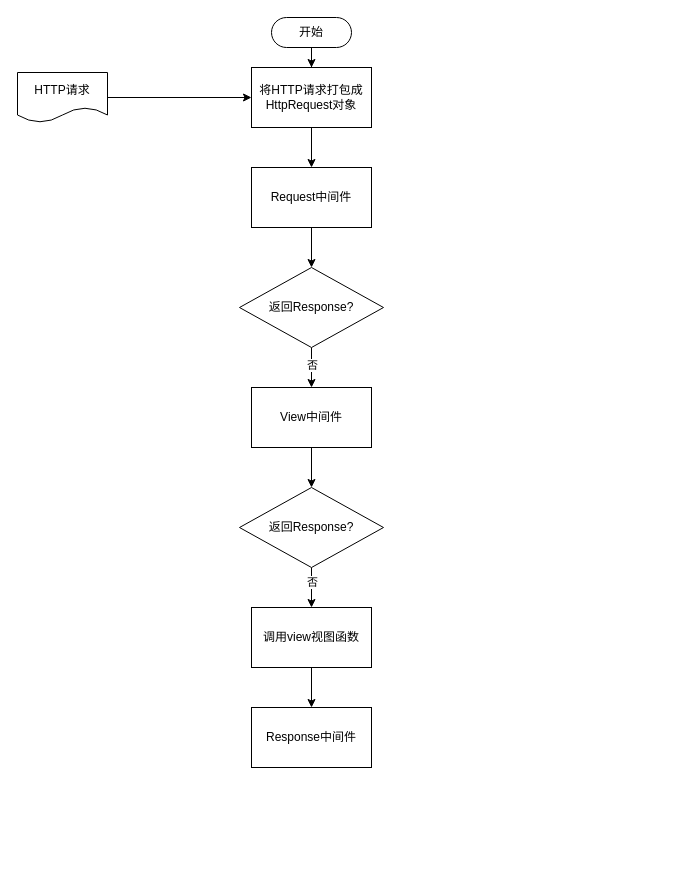
Earlier version of the draw.io diagram page "第 2 页" (2 of 2) of 未命名绘图.drawio (Buzz2G/Diagrams). Source tidied: cells renumbered, new cells numbered last; positions are measured from the earlier drawing's top-left corner, leaving out a move shared by most shapes. Both pictures are drawn from the tidied source at 100%, with x=0, y=0 at pixel (17, 17).
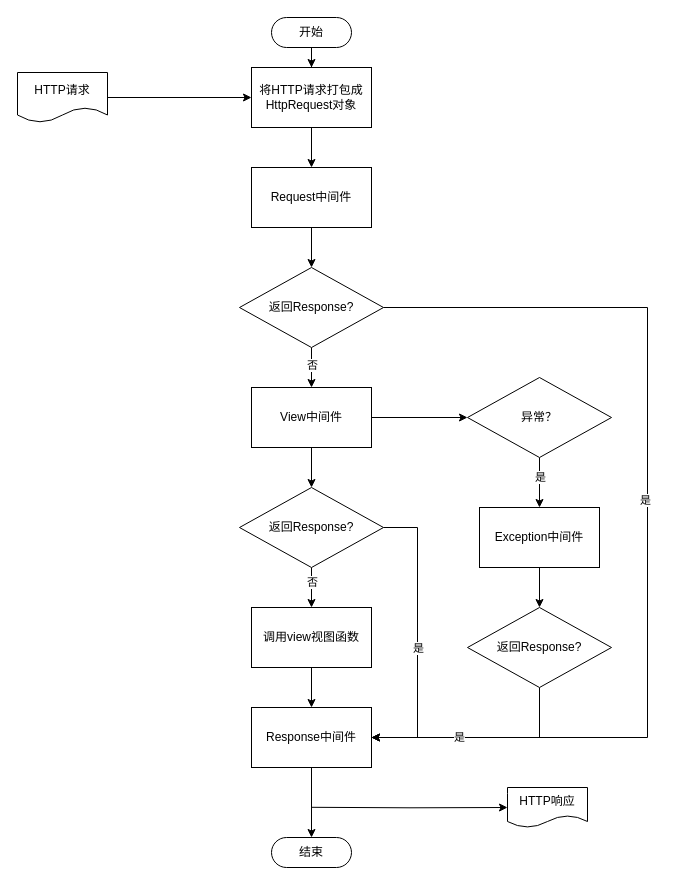
Above is the later version.

Commit message:
更新未命名绘图.drawio

The change refers to these unchanged cells:
```xml
<mxCell id="12" value="返回Response?" style="rhombus;whiteSpace=wrap;html=1;" parent="1" vertex="1">
  <mxGeometry x="222" y="250" width="144" height="80" as="geometry" />
</mxCell>
<mxCell id="14" value="View中间件" style="whiteSpace=wrap;html=1;" parent="1" vertex="1">
  <mxGeometry x="234" y="370" width="120" height="60" as="geometry" />
</mxCell>
<mxCell id="17" value="返回Response?" style="rhombus;whiteSpace=wrap;html=1;" parent="1" vertex="1">
  <mxGeometry x="222" y="470" width="144" height="80" as="geometry" />
</mxCell>
<mxCell id="20" value="Response中间件" style="whiteSpace=wrap;html=1;" parent="1" vertex="1">
  <mxGeometry x="234" y="690" width="120" height="60" as="geometry" />
</mxCell>
```

Change to the diagram source:
```diff
@@
+    <mxCell id="21" style="edgeStyle=orthogonalEdgeStyle;rounded=0;jettySize=auto;html=1;entryX=1;entryY=0.5;entryDx=0;entryDy=0;exitX=1;exitY=0.5;exitDx=0;exitDy=0;" parent="1" edge="1" source="12" target="20">
+      <mxGeometry relative="1" as="geometry">
+        <Array as="points">
+          <mxPoint x="630" y="290" />
+          <mxPoint x="630" y="720" />
+        </Array>
+      </mxGeometry>
+    </mxCell>
+    <mxCell id="22" value="是" style="edgeLabel;html=1;align=center;verticalAlign=middle;" parent="21" vertex="1">
+      <mxGeometry x="-0.06" y="-3" relative="1" as="geometry" />
+    </mxCell>
@@
+    <mxCell id="23" style="edgeStyle=orthogonalEdgeStyle;rounded=0;jettySize=auto;html=1;" parent="1" edge="1" source="14" target="30">
+      <mxGeometry relative="1" as="geometry" />
+    </mxCell>
@@
+    <mxCell id="24" style="edgeStyle=orthogonalEdgeStyle;rounded=0;jettySize=auto;html=1;exitX=1;exitY=0.5;exitDx=0;exitDy=0;entryX=1;entryY=0.5;entryDx=0;entryDy=0;" parent="1" edge="1" source="17" target="20">
+      <mxGeometry relative="1" as="geometry">
+        <Array as="points">
+          <mxPoint x="400" y="510" />
+          <mxPoint x="400" y="720" />
+        </Array>
+      </mxGeometry>
+    </mxCell>
+    <mxCell id="25" value="是" style="edgeLabel;html=1;align=center;verticalAlign=middle;" parent="24" vertex="1">
+      <mxGeometry x="0.05" y="3" relative="1" as="geometry">
+        <mxPoint x="-3" y="2" as="offset" />
+      </mxGeometry>
+    </mxCell>
@@
+    <mxCell id="26" style="edgeStyle=orthogonalEdgeStyle;rounded=0;jettySize=auto;html=1;" parent="1" edge="1" source="20" target="27">
+      <mxGeometry relative="1" as="geometry" />
+    </mxCell>
@@
+    <mxCell id="27" value="结束" style="html=1;dashed=0;whiteSpace=wrap;shape=mxgraph.dfd.start;" parent="1" vertex="1">
+      <mxGeometry x="254" y="820" width="80" height="30" as="geometry" />
+    </mxCell>
+    <mxCell id="28" style="edgeStyle=orthogonalEdgeStyle;rounded=0;jettySize=auto;html=1;" parent="1" edge="1" source="30" target="32">
+      <mxGeometry relative="1" as="geometry" />
+    </mxCell>
+    <mxCell id="29" value="是" style="edgeLabel;html=1;align=center;verticalAlign=middle;" parent="28" vertex="1">
+      <mxGeometry x="-0.23" relative="1" as="geometry" />
+    </mxCell>
+    <mxCell id="30" value="异常？" style="rhombus;whiteSpace=wrap;html=1;" parent="1" vertex="1">
+      <mxGeometry x="450" y="360" width="144" height="80" as="geometry" />
+    </mxCell>
+    <mxCell id="31" style="edgeStyle=orthogonalEdgeStyle;rounded=0;jettySize=auto;html=1;" parent="1" edge="1" source="32" target="35">
+      <mxGeometry relative="1" as="geometry" />
+    </mxCell>
+    <mxCell id="32" value="Exception中间件" style="whiteSpace=wrap;html=1;" parent="1" vertex="1">
+      <mxGeometry x="462" y="490" width="120" height="60" as="geometry" />
+    </mxCell>
+    <mxCell id="33" style="edgeStyle=orthogonalEdgeStyle;rounded=0;jettySize=auto;html=1;entryX=1;entryY=0.5;entryDx=0;entryDy=0;exitX=0.5;exitY=1;exitDx=0;exitDy=0;" parent="1" edge="1" source="35" target="20">
+      <mxGeometry relative="1" as="geometry" />
+    </mxCell>
+    <mxCell id="34" value="是" style="edgeLabel;html=1;align=center;verticalAlign=middle;" parent="33" vertex="1">
+      <mxGeometry x="0.2" y="-1" relative="1" as="geometry" />
+    </mxCell>
+    <mxCell id="35" value="返回Response?" style="rhombus;whiteSpace=wrap;html=1;" parent="1" vertex="1">
+      <mxGeometry x="450" y="590" width="144" height="80" as="geometry" />
+    </mxCell>
+    <mxCell id="36" style="edgeStyle=orthogonalEdgeStyle;rounded=0;jettySize=auto;html=1;entryX=0;entryY=0.5;entryDx=0;entryDy=0;" parent="1" edge="1" target="37">
+      <mxGeometry relative="1" as="geometry">
+        <mxPoint x="294" y="789.8" as="sourcePoint" />
+      </mxGeometry>
+    </mxCell>
+    <mxCell id="37" value="HTTP响应" style="shape=document;whiteSpace=wrap;html=1;boundedLbl=1;" parent="1" vertex="1">
+      <mxGeometry x="490" y="770" width="80" height="40" as="geometry" />
+    </mxCell>
```
